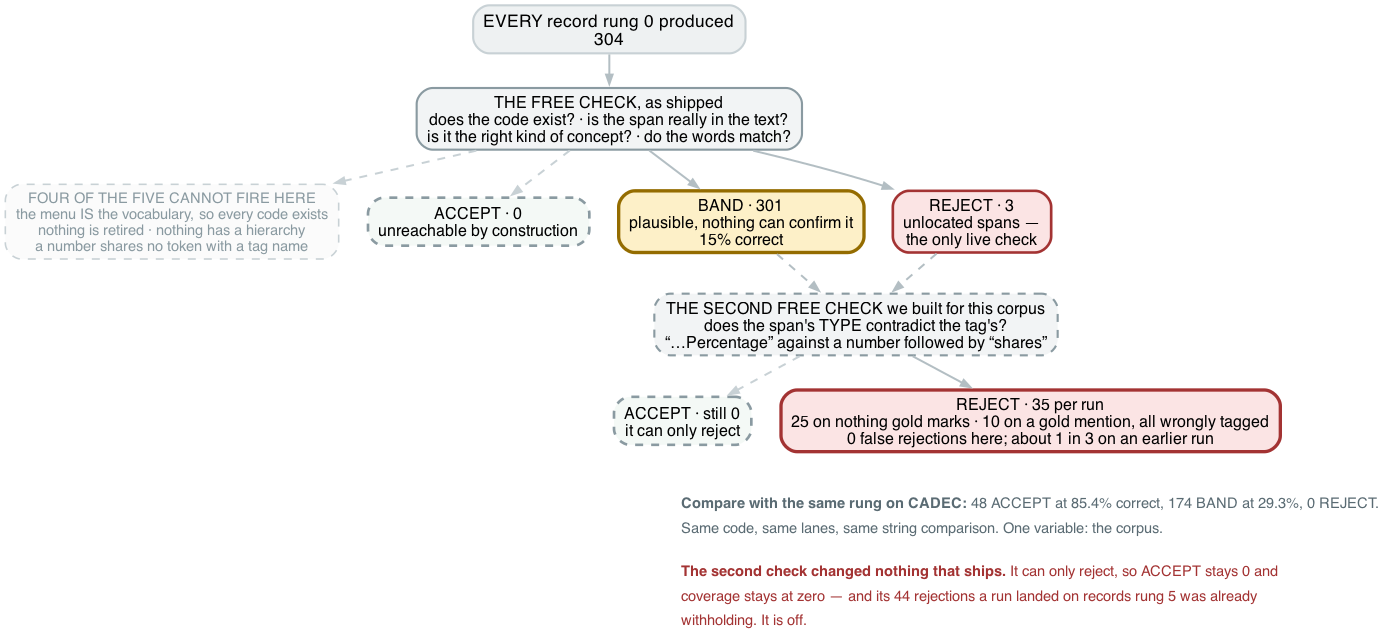
wbagais/reliability-ladder keeps this Graphviz diagram as docs/figures/fig15-rung1-finer.png. Above is the earlier version. Its source is kept beside it as docs/figures/fig15-rung1-finer.dot. Source of this version:
```dot
digraph rung1_finer {
  rankdir=TB; bgcolor="white"; nodesep=0.30; ranksep=0.36;
  node [shape=box style="filled,rounded" fontname="Helvetica" fontsize=12
        color="#c8d1d5" penwidth=1.2];
  edge [color="#b3bec3" penwidth=1.5 arrowsize=0.7 fontname="Helvetica" fontsize=10];

  in [label="EVERY record rung 0 produced\n304" fillcolor="#eef1f2" fontsize=13 penwidth=1.6];

  chk [label="THE FREE CHECK, as shipped\ndoes the code exist? · is the span really in the text?\nis it the right kind of concept? · do the words match?"
       fillcolor="#f2f4f5" color="#8a9aa1" penwidth=1.6];
  vac [label="FOUR OF THE FIVE CANNOT FIRE HERE\nthe menu IS the vocabulary, so every code exists\nnothing is retired · nothing has a hierarchy\na number shares no token with a tag name"
       fillcolor="#fbfbfb" color="#c8d1d5" style="filled,rounded,dashed" fontcolor="#8a9aa1" fontsize=11];

  acc [label="ACCEPT · 0\nunreachable by construction" fillcolor="#f4f9f6" color="#8a9aa1"
       style="filled,rounded,dashed" penwidth=2];
  band[label="BAND · 301\nplausible, nothing can confirm it\n15% correct" fillcolor="#fdf0c8" color="#946c00" penwidth=2.5];
  rej [label="REJECT · 3\nunlocated spans —\nthe only live check" fillcolor="#fbe4e4" color="#a33333" penwidth=2];

  add [label="THE SECOND FREE CHECK we built for this corpus\ndoes the span's TYPE contradict the tag's?\n“…Percentage” against a number followed by “shares”"
       fillcolor="#f2f4f5" color="#8a9aa1" penwidth=1.6 style="filled,rounded,dashed"];
  acc2[label="ACCEPT · still 0\nit can only reject" fillcolor="#f4f9f6" color="#8a9aa1"
       style="filled,rounded,dashed" penwidth=2];
  rej2[label="REJECT · 35 per run\n25 on nothing gold marks · 10 on a gold mention, all wrongly tagged\n0 false rejections here; about 1 in 3 on an earlier run"
       fillcolor="#fbe4e4" color="#a33333" penwidth=2.5];

  in -> chk; chk -> vac [style=dashed color="#c8d1d5"];
  chk -> acc [style=dashed color="#c8d1d5"]; chk -> band; chk -> rej;
  rej -> add [style=dashed]; band -> add [style=dashed];
  add -> acc2 [style=dashed color="#c8d1d5"]; add -> rej2;
  { rank=same; acc; band; rej }
  { rank=same; acc2; rej2 }

  note [shape=plaintext style="" fillcolor="white"
        label=<<TABLE BORDER="0" CELLBORDER="0" CELLSPACING="0" CELLPADDING="3">
        <TR><TD ALIGN="LEFT"><FONT POINT-SIZE="11" COLOR="#5a6b73"><B>Compare with the same rung on CADEC:</B> 48 ACCEPT at 85.4% correct, 174 BAND at 29.3%, 0 REJECT.</FONT></TD></TR>
        <TR><TD ALIGN="LEFT"><FONT POINT-SIZE="11" COLOR="#5a6b73">Same code, same lanes, same string comparison. One variable: the corpus.</FONT></TD></TR>
        <TR><TD ALIGN="LEFT"><FONT POINT-SIZE="8"> </FONT></TD></TR>
        <TR><TD ALIGN="LEFT"><FONT POINT-SIZE="11" COLOR="#a33333"><B>The second check changed nothing that ships.</B> It can only reject, so ACCEPT stays 0 and</FONT></TD></TR>
        <TR><TD ALIGN="LEFT"><FONT POINT-SIZE="11" COLOR="#a33333">coverage stays at zero — and its 44 rejections a run landed on records rung 5 was already</FONT></TD></TR>
        <TR><TD ALIGN="LEFT"><FONT POINT-SIZE="11" COLOR="#a33333">withholding. It is off.</FONT></TD></TR>
        </TABLE>>];
  rej2 -> note [style=invis];
}
```
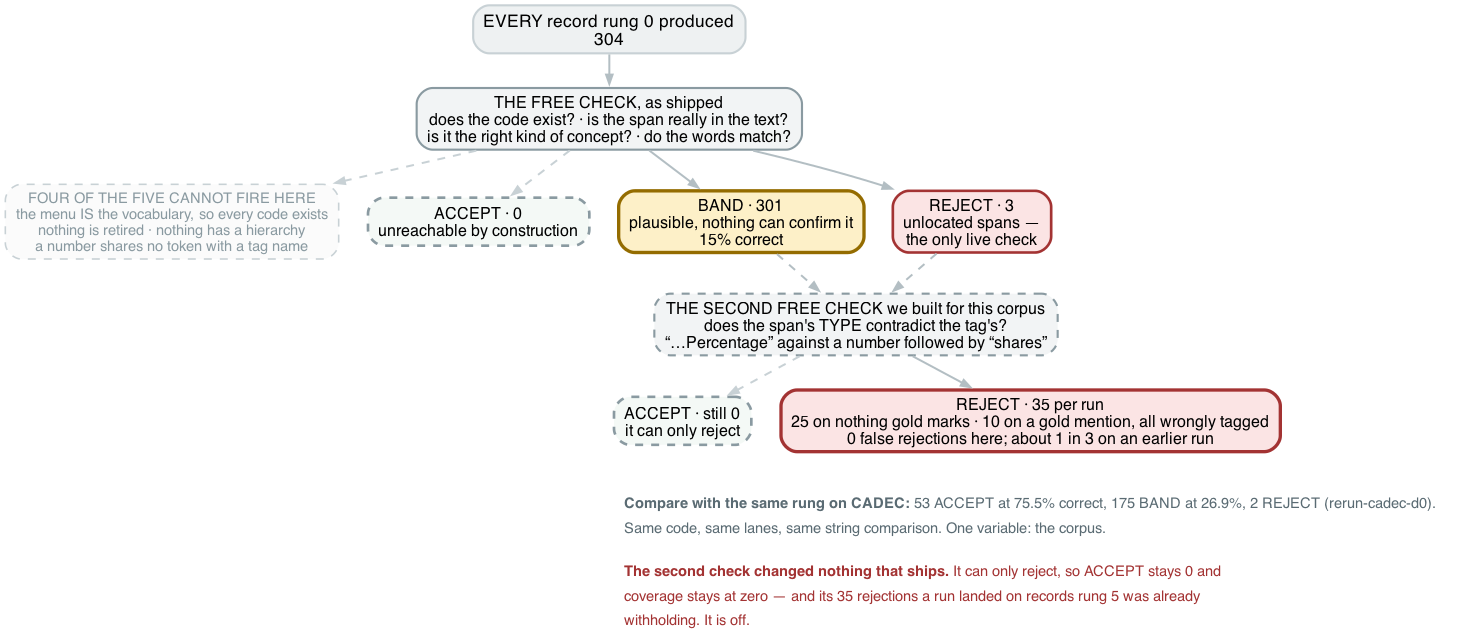
The same diagram one commit later.

Diff of the diagram source:
```diff
@@ -32,11 +32,11 @@
 
   note [shape=plaintext style="" fillcolor="white"
         label=<<TABLE BORDER="0" CELLBORDER="0" CELLSPACING="0" CELLPADDING="3">
-        <TR><TD ALIGN="LEFT"><FONT POINT-SIZE="11" COLOR="#5a6b73"><B>Compare with the same rung on CADEC:</B> 48 ACCEPT at 85.4% correct, 174 BAND at 29.3%, 0 REJECT.</FONT></TD></TR>
+        <TR><TD ALIGN="LEFT"><FONT POINT-SIZE="11" COLOR="#5a6b73"><B>Compare with the same rung on CADEC:</B> 53 ACCEPT at 75.5% correct, 175 BAND at 26.9%, 2 REJECT (rerun-cadec-d0).</FONT></TD></TR>
         <TR><TD ALIGN="LEFT"><FONT POINT-SIZE="11" COLOR="#5a6b73">Same code, same lanes, same string comparison. One variable: the corpus.</FONT></TD></TR>
         <TR><TD ALIGN="LEFT"><FONT POINT-SIZE="8"> </FONT></TD></TR>
         <TR><TD ALIGN="LEFT"><FONT POINT-SIZE="11" COLOR="#a33333"><B>The second check changed nothing that ships.</B> It can only reject, so ACCEPT stays 0 and</FONT></TD></TR>
-        <TR><TD ALIGN="LEFT"><FONT POINT-SIZE="11" COLOR="#a33333">coverage stays at zero — and its 44 rejections a run landed on records rung 5 was already</FONT></TD></TR>
+        <TR><TD ALIGN="LEFT"><FONT POINT-SIZE="11" COLOR="#a33333">coverage stays at zero — and its 35 rejections a run landed on records rung 5 was already</FONT></TD></TR>
         <TR><TD ALIGN="LEFT"><FONT POINT-SIZE="11" COLOR="#a33333">withholding. It is off.</FONT></TD></TR>
         </TABLE>>];
   rej2 -> note [style=invis];
```
